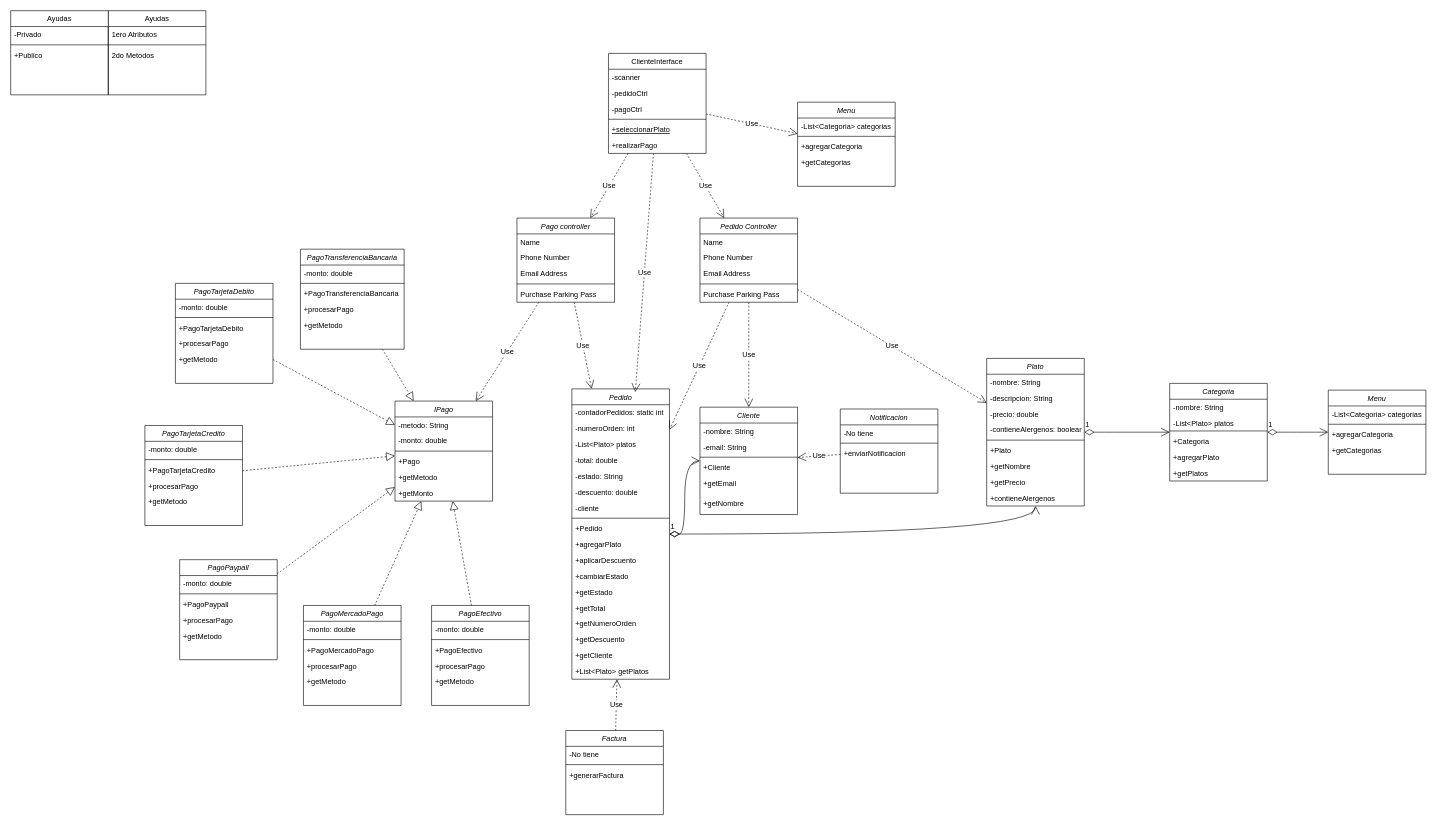
Above: src/Diagramas/Diagrama sin título.drawio in fjonasuade/PedidosYa-PDS (draw.io), before the change. Source tidied: cells renumbered, new cells numbered last; positions are measured from the earlier drawing's top-left corner, leaving out a move shared by most shapes. Both pictures are drawn from the tidied source at 61%, with x=0, y=0 at pixel (10, 10).
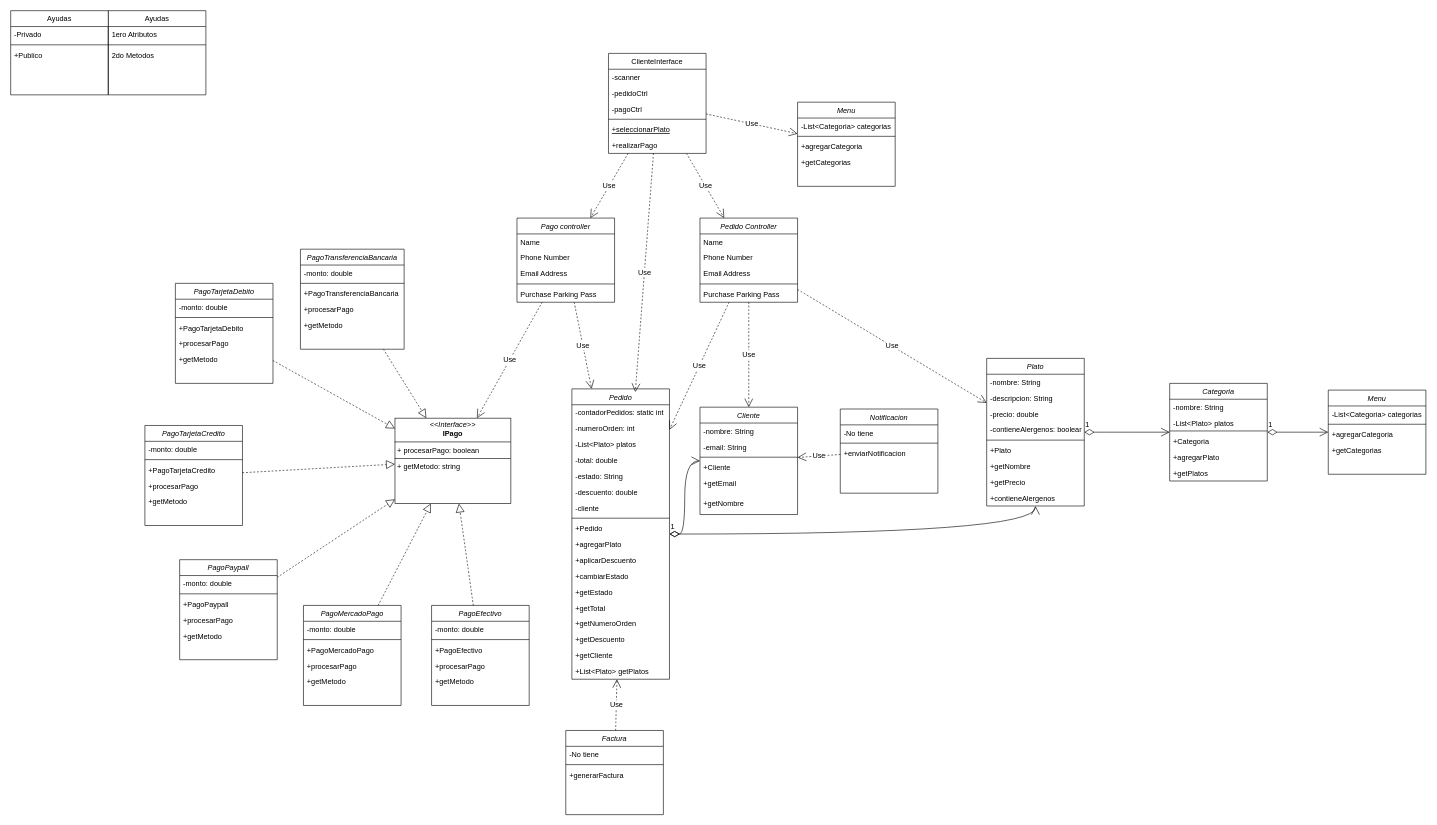
The same page after the edit.

Unchanged cells that the change refers to:
```xml
<mxCell id="58" value="Pago controller&#10;" style="swimlane;fontStyle=2;align=center;verticalAlign=top;horizontal=1;startSize=26;rounded=0;shadow=0;strokeWidth=1;" parent="1" vertex="1">
  <mxGeometry x="830" y="340" width="160" height="138" as="geometry" />
</mxCell>
<mxCell id="112" value="PagoEfectivo&#10;" style="swimlane;fontStyle=2;align=center;verticalAlign=top;horizontal=1;startSize=26;rounded=0;shadow=0;strokeWidth=1;" parent="1" vertex="1">
  <mxGeometry x="690" y="975" width="160" height="164" as="geometry" />
</mxCell>
<mxCell id="118" value="PagoMercadoPago&#10;" style="swimlane;fontStyle=2;align=center;verticalAlign=top;horizontal=1;startSize=26;rounded=0;shadow=0;strokeWidth=1;" parent="1" vertex="1">
  <mxGeometry x="480" y="975" width="160" height="164" as="geometry" />
</mxCell>
<mxCell id="124" value="PagoPaypall&#10;" style="swimlane;fontStyle=2;align=center;verticalAlign=top;horizontal=1;startSize=26;rounded=0;shadow=0;strokeWidth=1;" parent="1" vertex="1">
  <mxGeometry x="277" y="900" width="160" height="164" as="geometry" />
</mxCell>
<mxCell id="130" value="PagoTarjetaCredito&#10;" style="swimlane;fontStyle=2;align=center;verticalAlign=top;horizontal=1;startSize=26;rounded=0;shadow=0;strokeWidth=1;" parent="1" vertex="1">
  <mxGeometry x="220" y="680" width="160" height="164" as="geometry" />
</mxCell>
<mxCell id="136" value="PagoTarjetaDebito&#10;" style="swimlane;fontStyle=2;align=center;verticalAlign=top;horizontal=1;startSize=26;rounded=0;shadow=0;strokeWidth=1;" parent="1" vertex="1">
  <mxGeometry x="270" y="447" width="160" height="164" as="geometry" />
</mxCell>
<mxCell id="142" value="PagoTransferenciaBancaria" style="swimlane;fontStyle=2;align=center;verticalAlign=top;horizontal=1;startSize=26;rounded=0;shadow=0;strokeWidth=1;" parent="1" vertex="1">
  <mxGeometry x="475" y="391" width="170" height="164" as="geometry" />
</mxCell>
```

What changed in the source:
```diff
@@
-    <mxCell id="22" value="IPago&#10;" style="swimlane;fontStyle=2;align=center;verticalAlign=top;horizontal=1;startSize=26;rounded=0;shadow=0;strokeWidth=1;" parent="1" vertex="1">
-      <mxGeometry x="630" y="640" width="160" height="164" as="geometry" />
-    </mxCell>
-    <mxCell id="23" value="-metodo: String&#10;" style="text;align=left;verticalAlign=top;spacingLeft=4;spacingRight=4;overflow=hidden;" parent="22" vertex="1">
-      <mxGeometry y="26" width="160" height="26" as="geometry" />
-    </mxCell>
-    <mxCell id="24" value="-monto: double" style="text;align=left;verticalAlign=top;spacingLeft=4;spacingRight=4;overflow=hidden;rounded=0;shadow=0;html=0;" parent="22" vertex="1">
-      <mxGeometry y="52" width="160" height="26" as="geometry" />
-    </mxCell>
-    <mxCell id="25" style="line;html=1;strokeWidth=1;align=left;verticalAlign=middle;spacingTop=-1;spacingLeft=3;spacingRight=3;labelPosition=right;" parent="22" vertex="1">
-      <mxGeometry y="78" width="160" height="8" as="geometry" />
-    </mxCell>
-    <mxCell id="26" value="+Pago" style="text;align=left;verticalAlign=top;spacingLeft=4;spacingRight=4;overflow=hidden;" parent="22" vertex="1">
-      <mxGeometry y="86" width="160" height="26" as="geometry" />
-    </mxCell>
-    <mxCell id="27" value="+getMetodo" style="text;align=left;verticalAlign=top;spacingLeft=4;spacingRight=4;overflow=hidden;" parent="22" vertex="1">
-      <mxGeometry y="112" width="160" height="26" as="geometry" />
-    </mxCell>
-    <mxCell id="28" value="+getMonto" style="text;align=left;verticalAlign=top;spacingLeft=4;spacingRight=4;overflow=hidden;" parent="22" vertex="1">
-      <mxGeometry y="138" width="160" height="26" as="geometry" />
-    </mxCell>
@@
-    <mxCell id="95" value="Use" style="endArrow=open;endSize=12;dashed=1;html=1;rounded=0;fontSize=12;curved=1;" parent="1" edge="1" source="58" target="22">
+    <mxCell id="95" value="Use" style="endArrow=open;endSize=12;dashed=1;html=1;rounded=0;fontSize=12;curved=1;" parent="1" edge="1" source="58" target="154">
       <mxGeometry relative="1" as="geometry" />
     </mxCell>
@@
-    <mxCell id="148" style="endArrow=block;dashed=1;endFill=0;endSize=12;html=1;rounded=0;fontSize=12;curved=1;" parent="1" edge="1" source="130" target="22">
+    <mxCell id="148" style="endArrow=block;dashed=1;endFill=0;endSize=12;html=1;rounded=0;fontSize=12;curved=1;" parent="1" edge="1" source="130" target="154">
       <mxGeometry relative="1" as="geometry" />
     </mxCell>
-    <mxCell id="149" style="endArrow=block;dashed=1;endFill=0;endSize=12;html=1;rounded=0;fontSize=12;curved=1;" parent="1" edge="1" source="124" target="22">
+    <mxCell id="149" style="endArrow=block;dashed=1;endFill=0;endSize=12;html=1;rounded=0;fontSize=12;curved=1;" parent="1" edge="1" source="124" target="154">
       <mxGeometry relative="1" as="geometry" />
     </mxCell>
-    <mxCell id="150" style="endArrow=block;dashed=1;endFill=0;endSize=12;html=1;rounded=0;fontSize=12;curved=1;" parent="1" edge="1" source="118" target="22">
+    <mxCell id="150" style="endArrow=block;dashed=1;endFill=0;endSize=12;html=1;rounded=0;fontSize=12;curved=1;" parent="1" edge="1" source="118" target="154">
       <mxGeometry relative="1" as="geometry" />
     </mxCell>
-    <mxCell id="151" style="endArrow=block;dashed=1;endFill=0;endSize=12;html=1;rounded=0;fontSize=12;curved=1;" parent="1" edge="1" source="112" target="22">
+    <mxCell id="151" style="endArrow=block;dashed=1;endFill=0;endSize=12;html=1;rounded=0;fontSize=12;curved=1;" parent="1" edge="1" source="112" target="154">
       <mxGeometry relative="1" as="geometry" />
     </mxCell>
-    <mxCell id="152" style="endArrow=block;dashed=1;endFill=0;endSize=12;html=1;rounded=0;fontSize=12;curved=1;" parent="1" edge="1" source="136" target="22">
+    <mxCell id="152" style="endArrow=block;dashed=1;endFill=0;endSize=12;html=1;rounded=0;fontSize=12;curved=1;" parent="1" edge="1" source="136" target="154">
       <mxGeometry relative="1" as="geometry" />
     </mxCell>
-    <mxCell id="153" style="endArrow=block;dashed=1;endFill=0;endSize=12;html=1;rounded=0;fontSize=12;curved=1;" parent="1" edge="1" source="142" target="22">
+    <mxCell id="153" style="endArrow=block;dashed=1;endFill=0;endSize=12;html=1;rounded=0;fontSize=12;curved=1;" parent="1" edge="1" source="142" target="154">
       <mxGeometry relative="1" as="geometry" />
     </mxCell>
+    <mxCell id="154" value="&lt;p style=&quot;margin:0px;margin-top:4px;text-align:center;&quot;&gt;&lt;i&gt;&amp;lt;&amp;lt;Interface&amp;gt;&amp;gt;&lt;/i&gt;&lt;br&gt;&lt;b&gt;IPago&lt;/b&gt;&lt;/p&gt;&lt;hr size=&quot;1&quot; style=&quot;border-style:solid;&quot;&gt;&lt;p style=&quot;margin:0px;margin-left:4px;&quot;&gt;+ procesarPago: boolean&lt;/p&gt;&lt;hr size=&quot;1&quot; style=&quot;border-style:solid;&quot;&gt;&lt;p style=&quot;margin:0px;margin-left:4px;&quot;&gt;+ getMetodo: string&lt;/p&gt;" style="verticalAlign=top;align=left;overflow=fill;html=1;whiteSpace=wrap;" parent="1" vertex="1">
+      <mxGeometry x="630" y="668" width="190" height="140" as="geometry" />
+    </mxCell>
```
